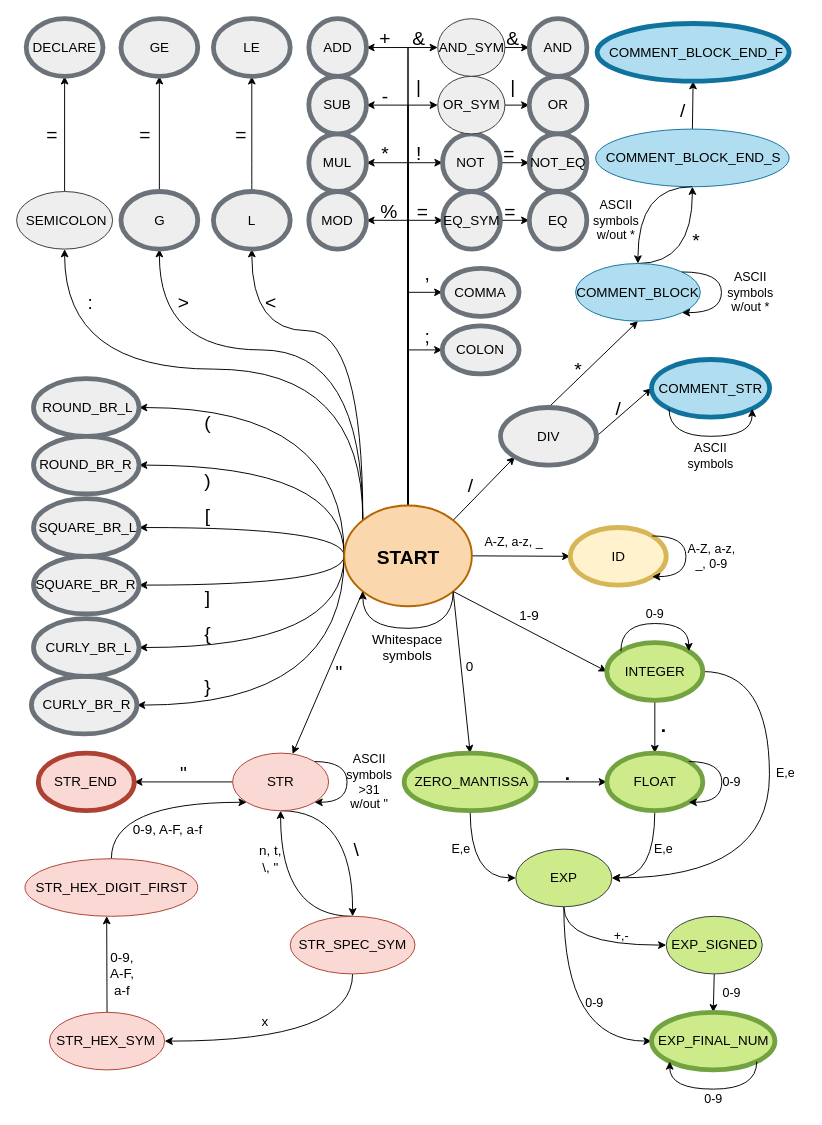
Earlier version of the draw.io diagram FSM_diagram.drawio (IvoB1n/IFJ). Source tidied: cells renumbered, new cells numbered last; positions are measured from the earlier drawing's top-left corner, leaving out a move shared by most shapes. Both pictures are drawn from the tidied source at 96%, with x=0, y=0 at pixel (16, 18).
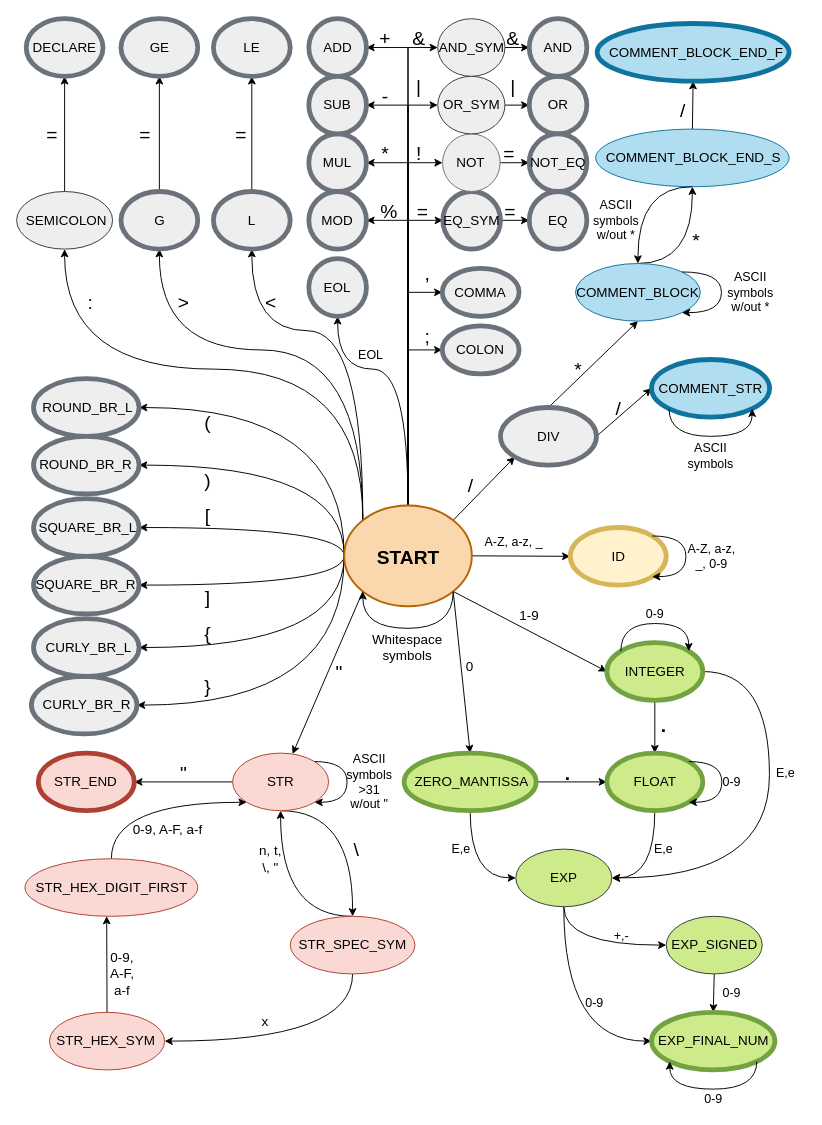
The same page after the edit.

The change refers to these unchanged cells:
```xml
<mxCell id="26" style="ellipse;whiteSpace=wrap;html=1;fontStyle=1;strokeWidth=2;fillColor=#fad7ac;strokeColor=#b46504;" parent="1" vertex="1">
  <mxGeometry x="341" y="507" width="133" height="105" as="geometry" />
</mxCell>
```

Diff of the diagram source:
```diff
@@
+    <mxCell id="207" style="edgeStyle=orthogonalEdgeStyle;rounded=0;jettySize=auto;html=1;exitX=0.5;exitY=0;exitDx=0;exitDy=0;entryX=0.5;entryY=1;entryDx=0;entryDy=0;curved=1;" parent="1" edge="1" source="26" target="208">
+      <mxGeometry relative="1" as="geometry">
+        <Array as="points">
+          <mxPoint x="408" y="365" />
+          <mxPoint x="334" y="365" />
+        </Array>
+      </mxGeometry>
+    </mxCell>
@@
-    <mxCell id="62" style="ellipse;whiteSpace=wrap;html=1;fillColor=#eeeeee;strokeColor=#6C727A;strokeWidth=5;" parent="1" vertex="1">
+    <mxCell id="62" style="ellipse;whiteSpace=wrap;html=1;fillColor=#eeeeee;strokeColor=#6C727A;strokeWidth=1;" parent="1" vertex="1">
       <mxGeometry x="443.5" y="120" width="60" height="60" as="geometry" />
     </mxCell>
@@
+    <mxCell id="208" style="ellipse;whiteSpace=wrap;html=1;fillColor=#eeeeee;strokeColor=#6C727A;strokeWidth=5;" parent="1" vertex="1">
+      <mxGeometry x="304.2" y="250" width="60" height="60" as="geometry" />
+    </mxCell>
+    <mxCell id="209" value=" EOL" style="text;html=1;strokeColor=none;fillColor=none;align=center;verticalAlign=middle;whiteSpace=wrap;rounded=0;fontSize=14;" parent="1" vertex="1">
+      <mxGeometry x="313.5" y="270" width="40" height="20" as="geometry" />
+    </mxCell>
+    <mxCell id="210" value="EOL" style="text;html=1;strokeColor=none;fillColor=none;align=center;verticalAlign=middle;whiteSpace=wrap;rounded=0;fontSize=13;" parent="1" vertex="1">
+      <mxGeometry x="334.2" y="340" width="70" height="20" as="geometry" />
+    </mxCell>
```
